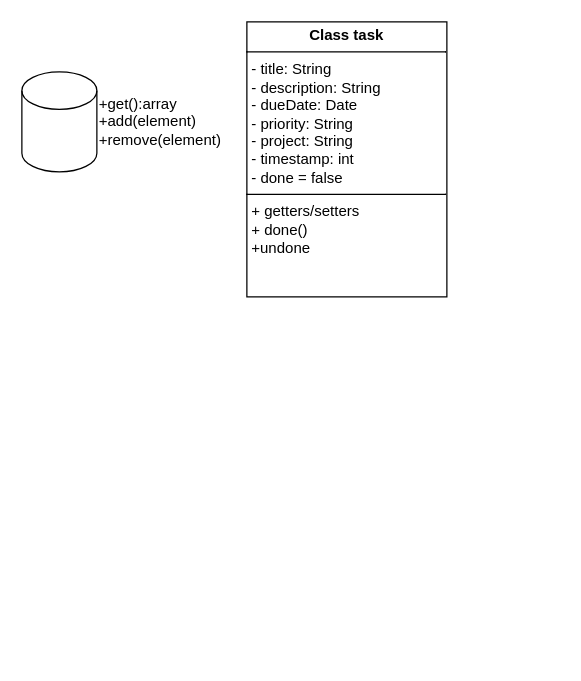
facu18xk/diagrams keeps this draw.io diagram as todoList.drawio. Above is the earlier version. Source tidied: cells renumbered, new cells numbered last; positions are measured from the earlier drawing's top-left corner, leaving out a move shared by most shapes. Both pictures are drawn from the tidied source at 125%, with x=0, y=0 at pixel (21, 21).
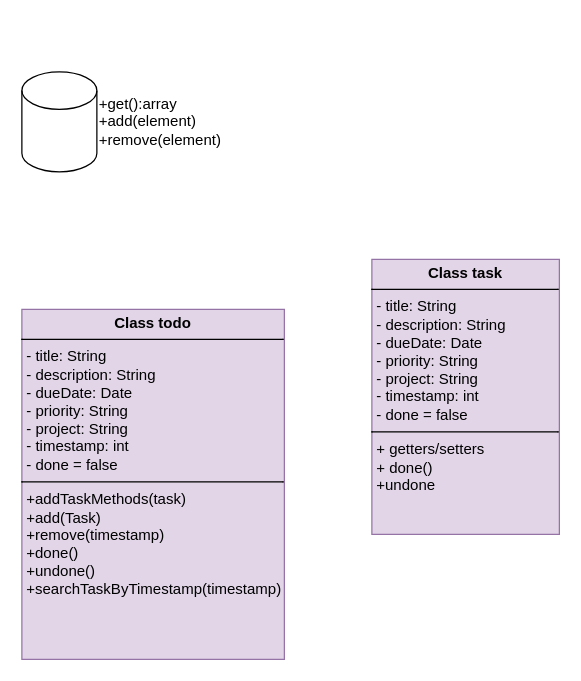
Above is the later version.

Change to the diagram source:
```diff
@@
 <mxGraphModel>
   <root>
     <mxCell id="0" />
     <mxCell id="1" parent="0" />
     <mxCell id="2" style="shape=cylinder3;whiteSpace=wrap;html=1;boundedLbl=1;backgroundOutline=1;size=15;" parent="1" vertex="1">
       <mxGeometry y="40" width="60" height="80" as="geometry" />
     </mxCell>
     <mxCell id="3" value="+get():array&lt;div&gt;+add(element)&lt;/div&gt;&lt;div&gt;+remove(element)&lt;/div&gt;" style="text;html=1;align=left;verticalAlign=middle;whiteSpace=wrap;rounded=0;" parent="1" vertex="1">
       <mxGeometry x="60" y="40" width="100" height="80" as="geometry" />
     </mxCell>
-    <mxCell id="4" value="&lt;p style=&quot;margin:0px;margin-top:4px;text-align:center;&quot;&gt;&lt;b&gt;Class task&lt;/b&gt;&lt;/p&gt;&lt;hr size=&quot;1&quot; style=&quot;border-style:solid;&quot;&gt;&lt;p style=&quot;margin:0px;margin-left:4px;&quot;&gt;- title: String&lt;/p&gt;&lt;p style=&quot;margin:0px;margin-left:4px;&quot;&gt;- description: String&lt;/p&gt;&lt;p style=&quot;margin:0px;margin-left:4px;&quot;&gt;- dueDate: Date&lt;/p&gt;&lt;p style=&quot;margin:0px;margin-left:4px;&quot;&gt;- priority: String&lt;/p&gt;&lt;p style=&quot;margin:0px;margin-left:4px;&quot;&gt;- project: String&lt;/p&gt;&lt;p style=&quot;margin:0px;margin-left:4px;&quot;&gt;- timestamp: int&lt;/p&gt;&lt;p style=&quot;margin:0px;margin-left:4px;&quot;&gt;- done = false&lt;/p&gt;&lt;hr size=&quot;1&quot; style=&quot;border-style:solid;&quot;&gt;&lt;p style=&quot;margin:0px;margin-left:4px;&quot;&gt;+ getters/setters&amp;nbsp;&lt;/p&gt;&lt;p style=&quot;margin:0px;margin-left:4px;&quot;&gt;+ done()&lt;/p&gt;&lt;p style=&quot;margin:0px;margin-left:4px;&quot;&gt;+undone&lt;/p&gt;" style="verticalAlign=top;align=left;overflow=fill;html=1;whiteSpace=wrap;" parent="1" vertex="1">
-      <mxGeometry x="180" width="160" height="220" as="geometry" />
+    <mxCell id="4" value="&lt;p style=&quot;margin:0px;margin-top:4px;text-align:center;&quot;&gt;&lt;b&gt;Class task&lt;/b&gt;&lt;/p&gt;&lt;hr size=&quot;1&quot; style=&quot;border-style:solid;&quot;&gt;&lt;p style=&quot;margin:0px;margin-left:4px;&quot;&gt;- title: String&lt;/p&gt;&lt;p style=&quot;margin:0px;margin-left:4px;&quot;&gt;- description: String&lt;/p&gt;&lt;p style=&quot;margin:0px;margin-left:4px;&quot;&gt;- dueDate: Date&lt;/p&gt;&lt;p style=&quot;margin:0px;margin-left:4px;&quot;&gt;- priority: String&lt;/p&gt;&lt;p style=&quot;margin:0px;margin-left:4px;&quot;&gt;- project: String&lt;/p&gt;&lt;p style=&quot;margin:0px;margin-left:4px;&quot;&gt;- timestamp: int&lt;/p&gt;&lt;p style=&quot;margin:0px;margin-left:4px;&quot;&gt;- done = false&lt;/p&gt;&lt;hr size=&quot;1&quot; style=&quot;border-style:solid;&quot;&gt;&lt;p style=&quot;margin:0px;margin-left:4px;&quot;&gt;+ getters/setters&amp;nbsp;&lt;/p&gt;&lt;p style=&quot;margin:0px;margin-left:4px;&quot;&gt;+ done()&lt;/p&gt;&lt;p style=&quot;margin:0px;margin-left:4px;&quot;&gt;+undone&lt;/p&gt;" style="verticalAlign=top;align=left;overflow=fill;html=1;whiteSpace=wrap;fillColor=#e1d5e7;strokeColor=#9673a6;" parent="1" vertex="1">
+      <mxGeometry x="280" y="190" width="150" height="220" as="geometry" />
     </mxCell>
+    <mxCell id="5" value="&lt;p style=&quot;margin:0px;margin-top:4px;text-align:center;&quot;&gt;&lt;b&gt;Class todo&lt;/b&gt;&lt;/p&gt;&lt;hr size=&quot;1&quot; style=&quot;border-style:solid;&quot;&gt;&lt;p style=&quot;margin:0px;margin-left:4px;&quot;&gt;- title: String&lt;/p&gt;&lt;p style=&quot;margin:0px;margin-left:4px;&quot;&gt;- description: String&lt;/p&gt;&lt;p style=&quot;margin:0px;margin-left:4px;&quot;&gt;- dueDate: Date&lt;/p&gt;&lt;p style=&quot;margin:0px;margin-left:4px;&quot;&gt;- priority: String&lt;/p&gt;&lt;p style=&quot;margin:0px;margin-left:4px;&quot;&gt;- project: String&lt;/p&gt;&lt;p style=&quot;margin:0px;margin-left:4px;&quot;&gt;- timestamp: int&lt;/p&gt;&lt;p style=&quot;margin:0px;margin-left:4px;&quot;&gt;- done = false&lt;/p&gt;&lt;hr size=&quot;1&quot; style=&quot;border-style:solid;&quot;&gt;&lt;p style=&quot;margin:0px;margin-left:4px;&quot;&gt;+addTaskMethods(task)&lt;/p&gt;&lt;p style=&quot;margin:0px;margin-left:4px;&quot;&gt;+add(Task)&lt;/p&gt;&lt;p style=&quot;margin:0px;margin-left:4px;&quot;&gt;+remove(timestamp)&lt;/p&gt;&lt;p style=&quot;margin:0px;margin-left:4px;&quot;&gt;+done()&lt;/p&gt;&lt;p style=&quot;margin:0px;margin-left:4px;&quot;&gt;+undone()&lt;/p&gt;&lt;p style=&quot;margin:0px;margin-left:4px;&quot;&gt;+searchTaskByTimestamp(timestamp)&lt;/p&gt;" style="verticalAlign=top;align=left;overflow=fill;html=1;whiteSpace=wrap;fillColor=#e1d5e7;strokeColor=#9673a6;" parent="1" vertex="1">
+      <mxGeometry y="230" width="210" height="280" as="geometry" />
+    </mxCell>
   </root>
 </mxGraphModel>
```
